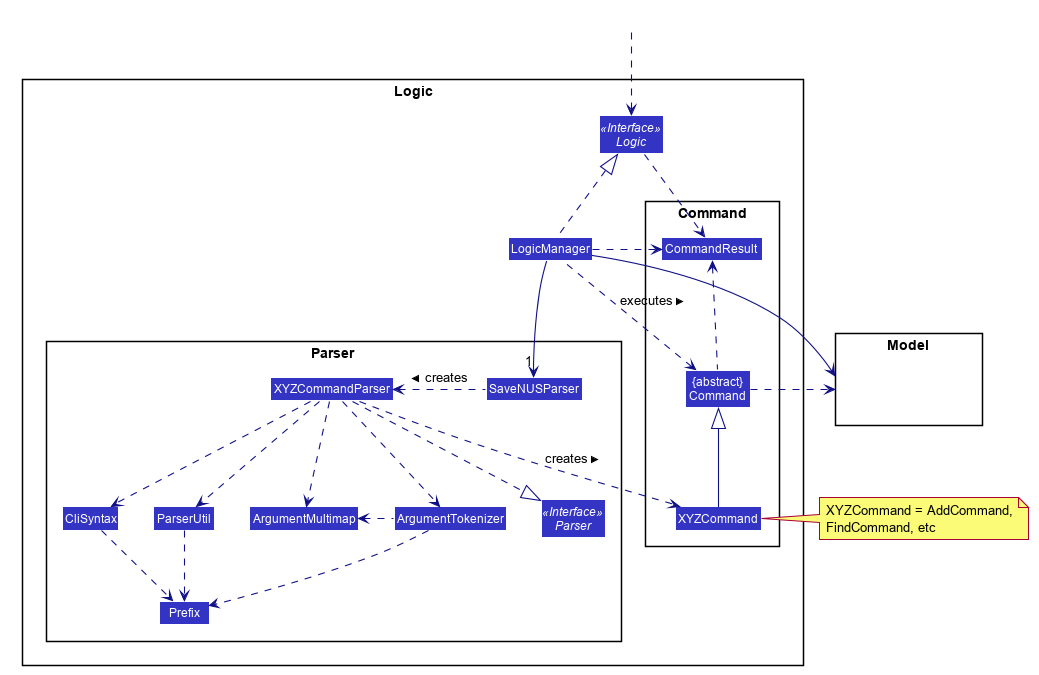
Before: images/LogicClassDiagram.png, a diagram exported from PlantUML (AY1920S1-CS2103T-F13-2/main).
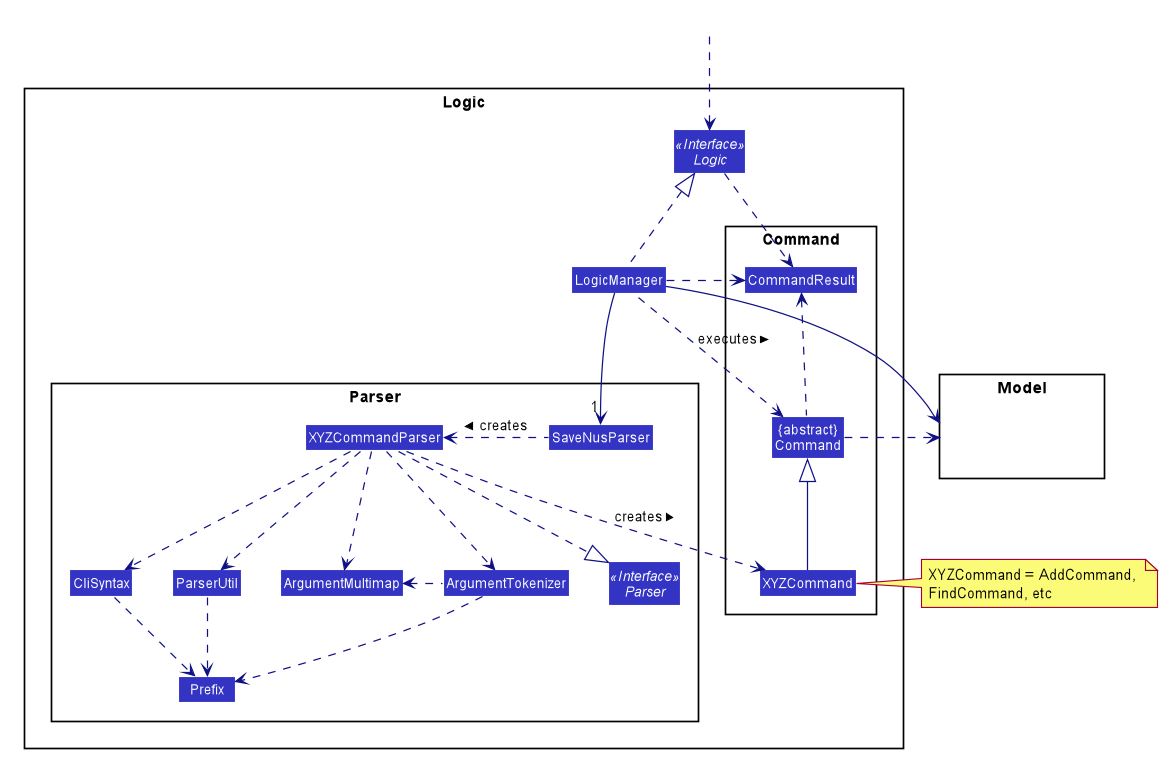
The same file after the commit.

Change to the diagram source:
```diff
@@ -55,7 +55,7 @@
 
 package Parser {
 Interface Parser <<Interface>>
-Class SaveNUSParser
+Class SaveNusParser
 Class XYZCommandParser
 Class CliSyntax
 Class ParserUtil
@@ -82,8 +82,8 @@
 HiddenOutside ..> Logic
 
 LogicManager .up.|> Logic
-LogicManager -->"1" SaveNUSParser
-SaveNUSParser .left.> XYZCommandParser: creates >
+LogicManager -->"1" SaveNusParser
+SaveNusParser .left.> XYZCommandParser: creates >
 
 XYZCommandParser ..> XYZCommand : creates >
 XYZCommandParser ..|> Parser
```
